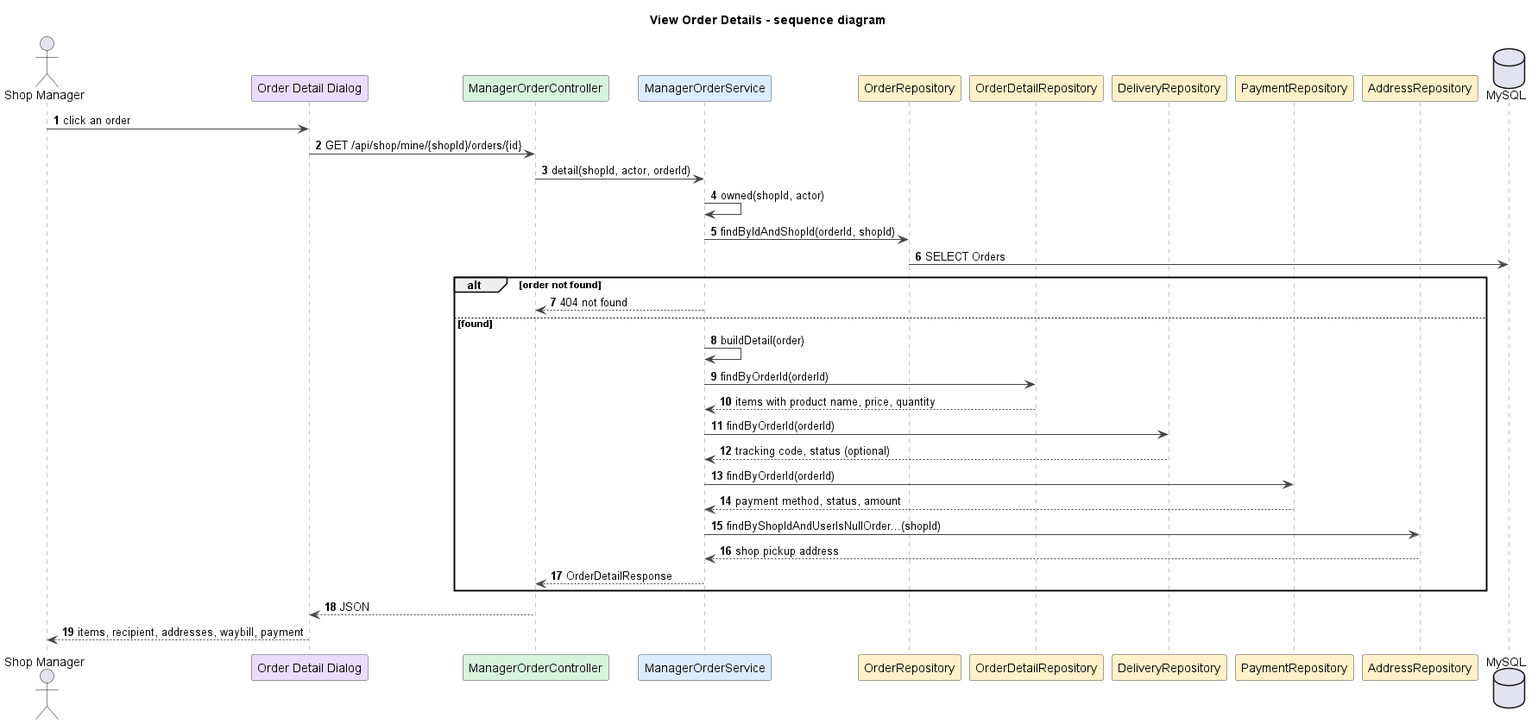
Before: docs/diagrams/05-view-order-details-sequence.png, a diagram exported from PlantUML (duckpao/FlowerShop_SWP391). Its diagram source:
```plantuml
@startuml
title View Order Details - sequence diagram
autonumber
skinparam shadowing false
skinparam defaultFontName Arial
skinparam wrapWidth 240
skinparam ArrowColor #444444
skinparam sequenceMessageAlign left
skinparam sequence {
  LifeLineBorderColor #888888
  ParticipantBorderColor #444444
  ParticipantBackgroundColor #FFFFFF
}

actor "Shop Manager" as M
participant "Order Detail Dialog" as UI #EADCFF
participant ManagerOrderController as C #D8F3DC
participant ManagerOrderService as S #DCECFF
participant OrderRepository as OR #FFF1C9
participant OrderDetailRepository as DR #FFF1C9
participant DeliveryRepository as DL #FFF1C9
participant PaymentRepository as PR #FFF1C9
participant AddressRepository as AR #FFF1C9
database MySQL

M -> UI : click an order
UI -> C : GET /api/shop/mine/{shopId}/orders/{id}
C -> S : detail(shopId, actor, orderId)
S -> S : owned(shopId, actor)
S -> OR : findByIdAndShopId(orderId, shopId)
OR -> MySQL : SELECT Orders
alt order not found
  S --> C : 404 not found
else found
  S -> S : buildDetail(order)
  S -> DR : findByOrderId(orderId)
  DR --> S : items with product name, price, quantity
  S -> DL : findByOrderId(orderId)
  DL --> S : tracking code, status (optional)
  S -> PR : findByOrderId(orderId)
  PR --> S : payment method, status, amount
  S -> AR : findByShopIdAndUserIsNullOrder...(shopId)
  AR --> S : shop pickup address
  S --> C : OrderDetailResponse
end
C --> UI : JSON
UI --> M : items, recipient, addresses, waybill, payment

@enduml
```
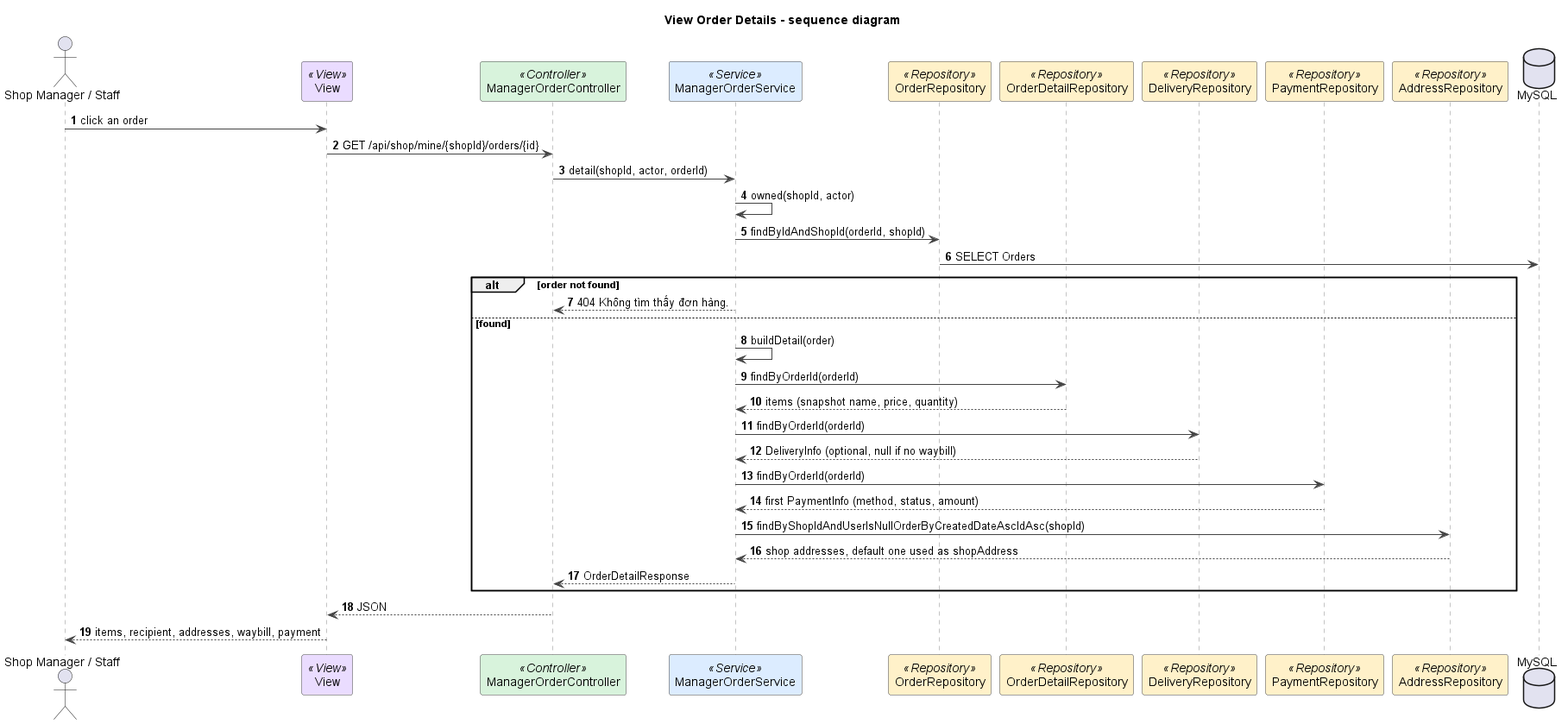
After the change.

What changed in the source:
```diff
@@ -12,38 +12,38 @@
   ParticipantBackgroundColor #FFFFFF
 }
 
-actor "Shop Manager" as M
-participant "Order Detail Dialog" as UI #EADCFF
-participant ManagerOrderController as C #D8F3DC
-participant ManagerOrderService as S #DCECFF
-participant OrderRepository as OR #FFF1C9
-participant OrderDetailRepository as DR #FFF1C9
-participant DeliveryRepository as DL #FFF1C9
-participant PaymentRepository as PR #FFF1C9
-participant AddressRepository as AR #FFF1C9
+actor "Shop Manager / Staff" as M
+participant "View" as V <<View>> #EADCFF
+participant ManagerOrderController as C <<Controller>> #D8F3DC
+participant ManagerOrderService as S <<Service>> #DCECFF
+participant OrderRepository as OR <<Repository>> #FFF1C9
+participant OrderDetailRepository as DR <<Repository>> #FFF1C9
+participant DeliveryRepository as DL <<Repository>> #FFF1C9
+participant PaymentRepository as PR <<Repository>> #FFF1C9
+participant AddressRepository as AR <<Repository>> #FFF1C9
 database MySQL
 
-M -> UI : click an order
-UI -> C : GET /api/shop/mine/{shopId}/orders/{id}
+M -> V : click an order
+V -> C : GET /api/shop/mine/{shopId}/orders/{id}
 C -> S : detail(shopId, actor, orderId)
 S -> S : owned(shopId, actor)
 S -> OR : findByIdAndShopId(orderId, shopId)
 OR -> MySQL : SELECT Orders
 alt order not found
-  S --> C : 404 not found
+  S --> C : 404 Không tìm thấy đơn hàng.
 else found
   S -> S : buildDetail(order)
   S -> DR : findByOrderId(orderId)
-  DR --> S : items with product name, price, quantity
+  DR --> S : items (snapshot name, price, quantity)
   S -> DL : findByOrderId(orderId)
-  DL --> S : tracking code, status (optional)
+  DL --> S : DeliveryInfo (optional, null if no waybill)
   S -> PR : findByOrderId(orderId)
-  PR --> S : payment method, status, amount
-  S -> AR : findByShopIdAndUserIsNullOrder...(shopId)
-  AR --> S : shop pickup address
+  PR --> S : first PaymentInfo (method, status, amount)
+  S -> AR : findByShopIdAndUserIsNullOrderByCreatedDateAscIdAsc(shopId)
+  AR --> S : shop addresses, default one used as shopAddress
   S --> C : OrderDetailResponse
 end
-C --> UI : JSON
-UI --> M : items, recipient, addresses, waybill, payment
+C --> V : JSON
+V --> M : items, recipient, addresses, waybill, payment
 
 @enduml
```
